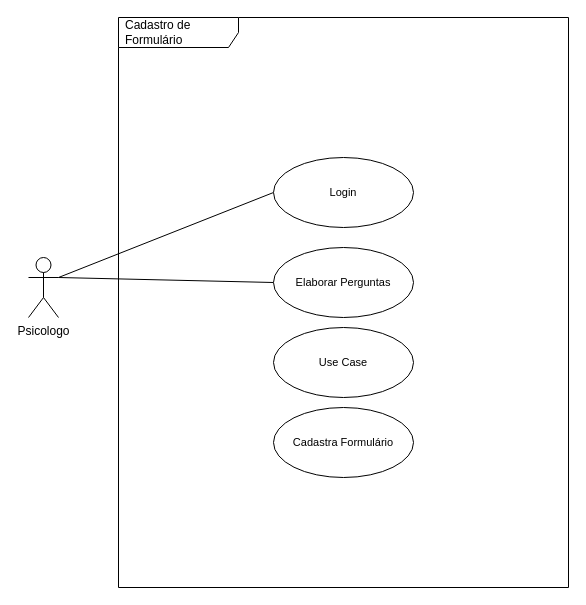
Above: use-case-formulario.drawio in charlesYS/use-case-chillout (draw.io), before the change. Source tidied: cells renumbered, new cells numbered last; positions are measured from the earlier drawing's top-left corner, leaving out a move shared by most shapes. Both pictures are drawn from the tidied source at 100%, with x=0, y=0 at pixel (28, 17).
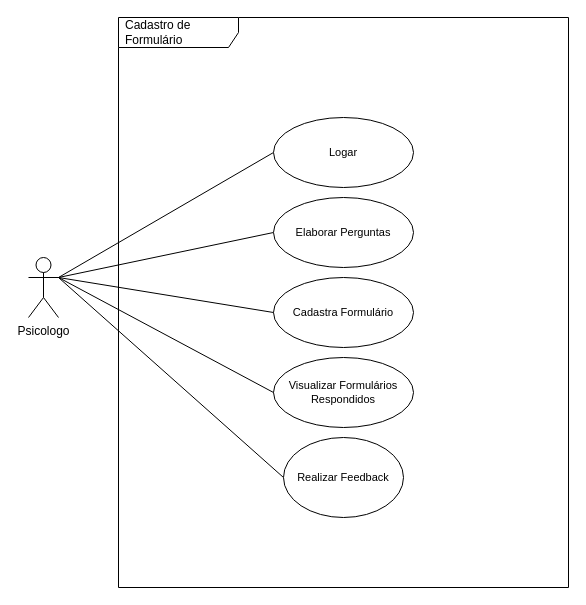
Above is the later version.

What changed in the source:
```diff
@@
 <mxGraphModel>
   <root>
     <mxCell id="0" />
     <mxCell id="1" parent="0" />
     <mxCell id="2" style="edgeStyle=none;shape=connector;rounded=0;jettySize=auto;html=1;exitX=1;exitY=0.3333333333333333;exitDx=0;exitDy=0;exitPerimeter=0;entryX=0;entryY=0.5;entryDx=0;entryDy=0;labelBackgroundColor=default;fontFamily=Helvetica;fontSize=11;fontColor=default;endArrow=none;strokeColor=default;" parent="1" edge="1" source="3" target="7">
       <mxGeometry relative="1" as="geometry" />
     </mxCell>
+    <mxCell id="10" style="edgeStyle=none;shape=connector;rounded=0;jettySize=auto;html=1;exitX=1;exitY=0.3333333333333333;exitDx=0;exitDy=0;exitPerimeter=0;entryX=0;entryY=0.5;entryDx=0;entryDy=0;labelBackgroundColor=default;fontFamily=Helvetica;fontSize=11;fontColor=default;endArrow=none;strokeColor=default;" parent="1" edge="1" source="3" target="13">
+      <mxGeometry relative="1" as="geometry" />
+    </mxCell>
     <mxCell id="3" value="Psicologo&lt;br&gt;" style="shape=umlActor;verticalLabelPosition=bottom;verticalAlign=top;html=1;" parent="1" vertex="1">
       <mxGeometry y="240" width="30" height="60" as="geometry" />
     </mxCell>
     <mxCell id="4" value="Cadastro de Formulário" style="shape=umlFrame;whiteSpace=wrap;html=1;width=120;height=30;boundedLbl=1;verticalAlign=middle;align=left;spacingLeft=5;" parent="1" vertex="1">
       <mxGeometry x="90" width="450" height="570" as="geometry" />
     </mxCell>
     <mxCell id="5" style="endArrow=none;html=1;rounded=0;exitX=1;exitY=0.3333333333333333;exitDx=0;exitDy=0;exitPerimeter=0;entryX=0;entryY=0.5;entryDx=0;entryDy=0;" parent="1" edge="1" source="3" target="6">
       <mxGeometry relative="1" as="geometry" />
     </mxCell>
-    <mxCell id="6" value="Login" style="ellipse;whiteSpace=wrap;html=1;fontFamily=Helvetica;fontSize=11;fontColor=default;" parent="1" vertex="1">
-      <mxGeometry x="245" y="140" width="140" height="70" as="geometry" />
+    <mxCell id="6" value="Logar" style="ellipse;whiteSpace=wrap;html=1;fontFamily=Helvetica;fontSize=11;fontColor=default;" parent="1" vertex="1">
+      <mxGeometry x="245" y="100" width="140" height="70" as="geometry" />
     </mxCell>
     <mxCell id="7" value="Elaborar Perguntas" style="ellipse;whiteSpace=wrap;html=1;fontFamily=Helvetica;fontSize=11;fontColor=default;" parent="1" vertex="1">
-      <mxGeometry x="245" y="230" width="140" height="70" as="geometry" />
+      <mxGeometry x="245" y="180" width="140" height="70" as="geometry" />
     </mxCell>
     <mxCell id="8" value="Cadastra Formulário" style="ellipse;whiteSpace=wrap;html=1;fontFamily=Helvetica;fontSize=11;fontColor=default;" parent="1" vertex="1">
-      <mxGeometry x="245" y="390" width="140" height="70" as="geometry" />
+      <mxGeometry x="245" y="260" width="140" height="70" as="geometry" />
     </mxCell>
-    <mxCell id="9" value="Use Case" style="ellipse;whiteSpace=wrap;html=1;fontFamily=Helvetica;fontSize=11;fontColor=default;" parent="1" vertex="1">
-      <mxGeometry x="245" y="310" width="140" height="70" as="geometry" />
+    <mxCell id="9" value="Visualizar Formulários Respondidos" style="ellipse;whiteSpace=wrap;html=1;fontFamily=Helvetica;fontSize=11;fontColor=default;" parent="1" vertex="1">
+      <mxGeometry x="245" y="340" width="140" height="70" as="geometry" />
     </mxCell>
+    <mxCell id="11" style="endArrow=none;html=1;rounded=0;entryX=0;entryY=0.5;entryDx=0;entryDy=0;" parent="1" edge="1" target="8">
+      <mxGeometry relative="1" as="geometry">
+        <mxPoint x="30" y="260" as="sourcePoint" />
+      </mxGeometry>
+    </mxCell>
+    <mxCell id="12" style="endArrow=none;html=1;rounded=0;labelBackgroundColor=default;fontFamily=Helvetica;fontSize=11;fontColor=default;strokeColor=default;shape=connector;entryX=0;entryY=0.5;entryDx=0;entryDy=0;" parent="1" edge="1" target="9">
+      <mxGeometry relative="1" as="geometry">
+        <mxPoint x="30" y="260" as="sourcePoint" />
+      </mxGeometry>
+    </mxCell>
+    <mxCell id="13" value="Realizar Feedback" style="ellipse;whiteSpace=wrap;html=1;fontFamily=Helvetica;fontSize=11;fontColor=default;" parent="1" vertex="1">
+      <mxGeometry x="255" y="420" width="120" height="80" as="geometry" />
+    </mxCell>
   </root>
 </mxGraphModel>
```
